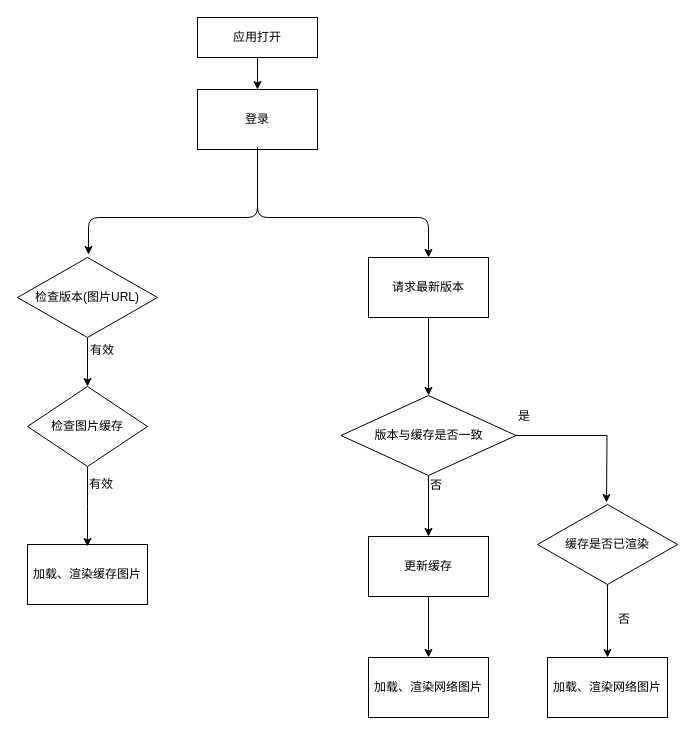
666luyong/Diagram keeps this draw.io diagram as Untitled Diagram.drawio. Above is the earlier version. Source tidied: cells renumbered, new cells numbered last; positions are measured from the earlier drawing's top-left corner, leaving out a move shared by most shapes. Both pictures are drawn from the tidied source at 100%, with x=0, y=0 at pixel (17, 17).
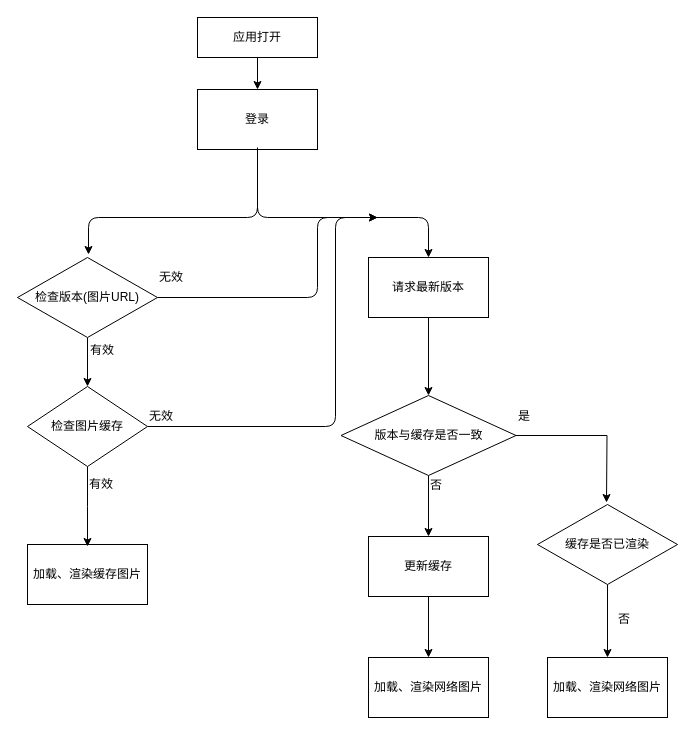
After the change.

Unchanged cells that the change refers to:
```xml
<mxCell id="17" value="&lt;span style=&quot;white-space: normal&quot;&gt;检查版本(图片URL)&lt;/span&gt;" style="rhombus;whiteSpace=wrap;html=1;" parent="1" vertex="1">
  <mxGeometry y="240" width="140" height="80" as="geometry" />
</mxCell>
<mxCell id="19" value="检查图片缓存" style="rhombus;whiteSpace=wrap;html=1;" parent="1" vertex="1">
  <mxGeometry x="10" y="369" width="120" height="80" as="geometry" />
</mxCell>
```

What changed in the source:
```diff
@@
+    <mxCell id="29" value="无效" style="text;html=1;align=left;verticalAlign=top;spacingTop=-4;" parent="1" vertex="1">
+      <mxGeometry x="140" y="250" width="40" height="20" as="geometry" />
+    </mxCell>
+    <mxCell id="30" value="无效" style="text;html=1;align=left;verticalAlign=top;spacingTop=-4;" parent="1" vertex="1">
+      <mxGeometry x="130" y="388.5" width="40" height="20" as="geometry" />
+    </mxCell>
+    <mxCell id="31" style="edgeStyle=segmentEdgeStyle;endArrow=classic;html=1;exitX=1;exitY=0.5;exitDx=0;exitDy=0;" parent="1" edge="1" source="17">
+      <mxGeometry relative="1" as="geometry">
+        <mxPoint x="360" y="200" as="targetPoint" />
+        <Array as="points">
+          <mxPoint x="300" y="280" />
+          <mxPoint x="300" y="200" />
+        </Array>
+      </mxGeometry>
+    </mxCell>
+    <mxCell id="32" style="edgeStyle=segmentEdgeStyle;endArrow=classic;html=1;exitX=1;exitY=0.5;exitDx=0;exitDy=0;" parent="1" edge="1" source="19">
+      <mxGeometry relative="1" as="geometry">
+        <mxPoint x="360" y="200" as="targetPoint" />
+        <Array as="points">
+          <mxPoint x="318" y="409" />
+          <mxPoint x="318" y="200" />
+        </Array>
+      </mxGeometry>
+    </mxCell>
```
